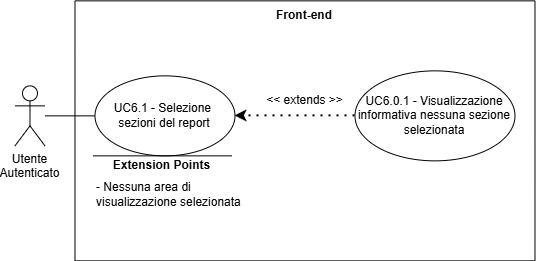
Before: assets/diagrams/UC6_1.png, a diagram exported from draw.io (SkarabGroup/DocumentazioneProgetto). Source tidied: cells renumbered, new cells last; positions are measured from the earlier drawing's top-left corner, leaving out a move shared by most shapes. Its diagram source:
```xml
<mxGraphModel>
  <root>
    <mxCell id="0" />
    <mxCell id="1" parent="0" />
    <mxCell id="2" value="&lt;div&gt;Utente&lt;/div&gt;&lt;div&gt;Autenticato&lt;/div&gt;" style="shape=umlActor;verticalLabelPosition=bottom;verticalAlign=top;html=1;outlineConnect=0;" parent="1" vertex="1">
      <mxGeometry x="0.5" y="85.4" width="30" height="60" as="geometry" />
    </mxCell>
    <mxCell id="3" style="swimlane;startSize=0;" parent="1" vertex="1">
      <mxGeometry x="60.5" y="0.4" width="460" height="260" as="geometry" />
    </mxCell>
    <mxCell id="4" value="UC6.1 - Selezione&amp;nbsp;&lt;div&gt;sezioni del report&lt;/div&gt;" style="ellipse;whiteSpace=wrap;html=1;" parent="3" vertex="1">
      <mxGeometry x="20" y="75" width="140" height="80" as="geometry" />
    </mxCell>
    <mxCell id="5" value="UC6.0.1 - Visualizzazione informativa nessuna sezione selezionata" style="ellipse;whiteSpace=wrap;html=1;" parent="3" vertex="1">
      <mxGeometry x="280" y="70" width="160" height="90" as="geometry" />
    </mxCell>
    <mxCell id="6" style="endArrow=classic;dashed=1;html=1;dashPattern=1 3;strokeWidth=2;rounded=0;entryX=1;entryY=0.5;entryDx=0;entryDy=0;exitX=0;exitY=0.5;exitDx=0;exitDy=0;strokeColor=default;curved=0;endFill=1;endSize=6;" parent="3" edge="1" source="5" target="4">
      <mxGeometry relative="1" as="geometry" />
    </mxCell>
    <mxCell id="7" value="&lt;div&gt;&amp;lt;&amp;lt; extends &amp;gt;&amp;gt;&lt;/div&gt;" style="text;html=1;whiteSpace=wrap;strokeColor=none;fillColor=none;align=center;verticalAlign=middle;rounded=0;" parent="3" vertex="1">
      <mxGeometry x="182.5" y="85" width="95" height="30" as="geometry" />
    </mxCell>
    <mxCell id="8" style="endArrow=none;html=1;rounded=0;" parent="3" edge="1">
      <mxGeometry relative="1" as="geometry">
        <mxPoint x="156.8" y="155" as="sourcePoint" />
        <mxPoint x="18" y="155" as="targetPoint" />
      </mxGeometry>
    </mxCell>
    <mxCell id="9" value="&lt;b&gt;Extension Points&lt;/b&gt;" style="text;html=1;whiteSpace=wrap;strokeColor=none;fillColor=none;align=center;verticalAlign=middle;rounded=0;strokeWidth=5;" parent="3" vertex="1">
      <mxGeometry x="29.9" y="150" width="115" height="30" as="geometry" />
    </mxCell>
    <mxCell id="10" value="&lt;div&gt;- Nessuna area di visualizzazione selezionata&lt;/div&gt;" style="text;html=1;whiteSpace=wrap;strokeColor=none;fillColor=none;align=left;verticalAlign=middle;rounded=0;" parent="3" vertex="1">
      <mxGeometry x="20" y="154" width="150" height="80" as="geometry" />
    </mxCell>
    <mxCell id="11" value="Front-end" style="text;html=1;whiteSpace=wrap;strokeColor=none;fillColor=none;align=center;verticalAlign=middle;rounded=0;perimeterSpacing=1;fontStyle=1;" parent="3" vertex="1">
      <mxGeometry x="200" width="60" height="30" as="geometry" />
    </mxCell>
    <mxCell id="12" style="endArrow=none;html=1;rounded=0;entryX=0;entryY=0.5;entryDx=0;entryDy=0;" parent="1" edge="1" source="2" target="4">
      <mxGeometry relative="1" as="geometry" />
    </mxCell>
  </root>
</mxGraphModel>
```
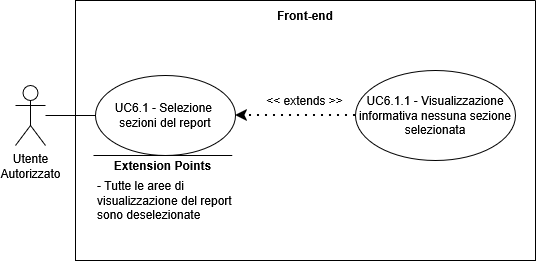
Above is the later version.

The edit, as a diff of the source:
```diff
@@ -2,7 +2,7 @@
   <root>
     <mxCell id="0" />
     <mxCell id="1" parent="0" />
-    <mxCell id="2" value="&lt;div&gt;Utente&lt;/div&gt;&lt;div&gt;Autenticato&lt;/div&gt;" style="shape=umlActor;verticalLabelPosition=bottom;verticalAlign=top;html=1;outlineConnect=0;" parent="1" vertex="1">
+    <mxCell id="2" value="&lt;div&gt;Utente&lt;/div&gt;&lt;div&gt;Autorizzato&lt;/div&gt;" style="shape=umlActor;verticalLabelPosition=bottom;verticalAlign=top;html=1;outlineConnect=0;" parent="1" vertex="1">
       <mxGeometry x="0.5" y="85.4" width="30" height="60" as="geometry" />
     </mxCell>
     <mxCell id="3" style="swimlane;startSize=0;" parent="1" vertex="1">
@@ -11,7 +11,7 @@
     <mxCell id="4" value="UC6.1 - Selezione&amp;nbsp;&lt;div&gt;sezioni del report&lt;/div&gt;" style="ellipse;whiteSpace=wrap;html=1;" parent="3" vertex="1">
       <mxGeometry x="20" y="75" width="140" height="80" as="geometry" />
     </mxCell>
-    <mxCell id="5" value="UC6.0.1 - Visualizzazione informativa nessuna sezione selezionata" style="ellipse;whiteSpace=wrap;html=1;" parent="3" vertex="1">
+    <mxCell id="5" value="UC6.1.1 - Visualizzazione informativa nessuna sezione selezionata" style="ellipse;whiteSpace=wrap;html=1;" parent="3" vertex="1">
       <mxGeometry x="280" y="70" width="160" height="90" as="geometry" />
     </mxCell>
     <mxCell id="6" style="endArrow=classic;dashed=1;html=1;dashPattern=1 3;strokeWidth=2;rounded=0;entryX=1;entryY=0.5;entryDx=0;entryDy=0;exitX=0;exitY=0.5;exitDx=0;exitDy=0;strokeColor=default;curved=0;endFill=1;endSize=6;" parent="3" edge="1" source="5" target="4">
@@ -29,8 +29,8 @@
     <mxCell id="9" value="&lt;b&gt;Extension Points&lt;/b&gt;" style="text;html=1;whiteSpace=wrap;strokeColor=none;fillColor=none;align=center;verticalAlign=middle;rounded=0;strokeWidth=5;" parent="3" vertex="1">
       <mxGeometry x="29.9" y="150" width="115" height="30" as="geometry" />
     </mxCell>
-    <mxCell id="10" value="&lt;div&gt;- Nessuna area di visualizzazione selezionata&lt;/div&gt;" style="text;html=1;whiteSpace=wrap;strokeColor=none;fillColor=none;align=left;verticalAlign=middle;rounded=0;" parent="3" vertex="1">
-      <mxGeometry x="20" y="154" width="150" height="80" as="geometry" />
+    <mxCell id="10" value="&lt;div&gt;- Tutte le aree di visualizzazione del report sono deselezionate&lt;/div&gt;" style="text;html=1;whiteSpace=wrap;strokeColor=none;fillColor=none;align=left;verticalAlign=middle;rounded=0;" parent="3" vertex="1">
+      <mxGeometry x="20" y="160" width="150" height="80" as="geometry" />
     </mxCell>
     <mxCell id="11" value="Front-end" style="text;html=1;whiteSpace=wrap;strokeColor=none;fillColor=none;align=center;verticalAlign=middle;rounded=0;perimeterSpacing=1;fontStyle=1;" parent="3" vertex="1">
       <mxGeometry x="200" width="60" height="30" as="geometry" />
```
